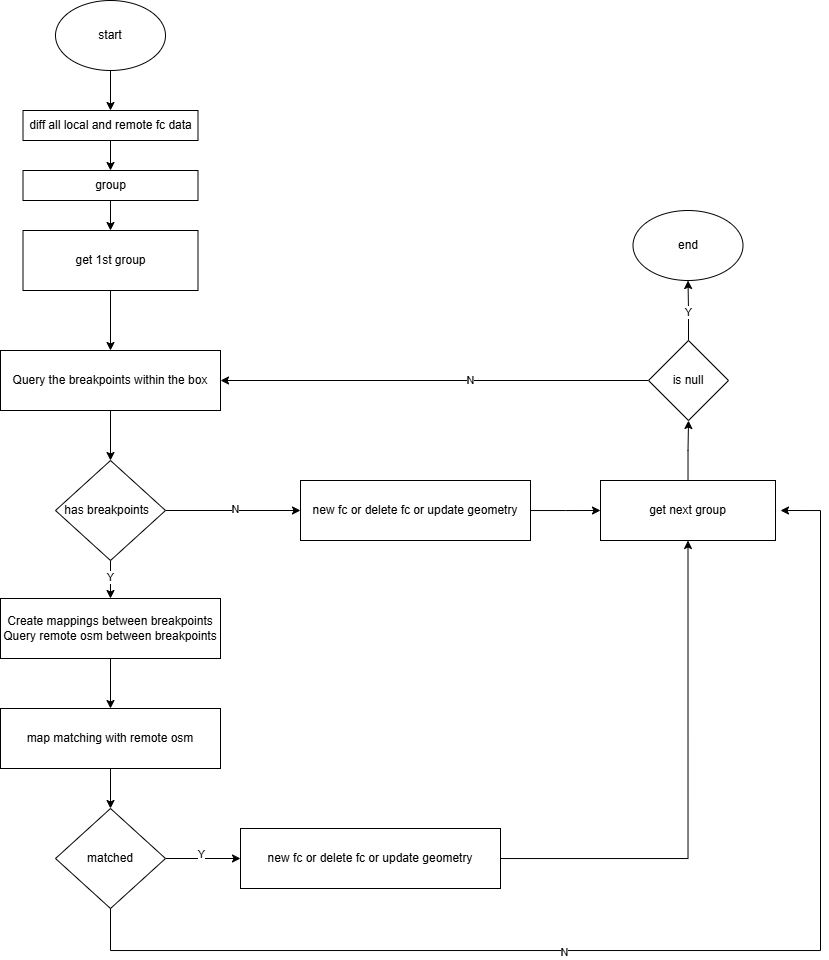
472542625/drawio keeps this draw.io diagram as expired fc.drawio.png. Above is the earlier version. Source tidied: cells renumbered, new cells last; positions are measured from the earlier drawing's top-left corner, leaving out a move shared by most shapes.
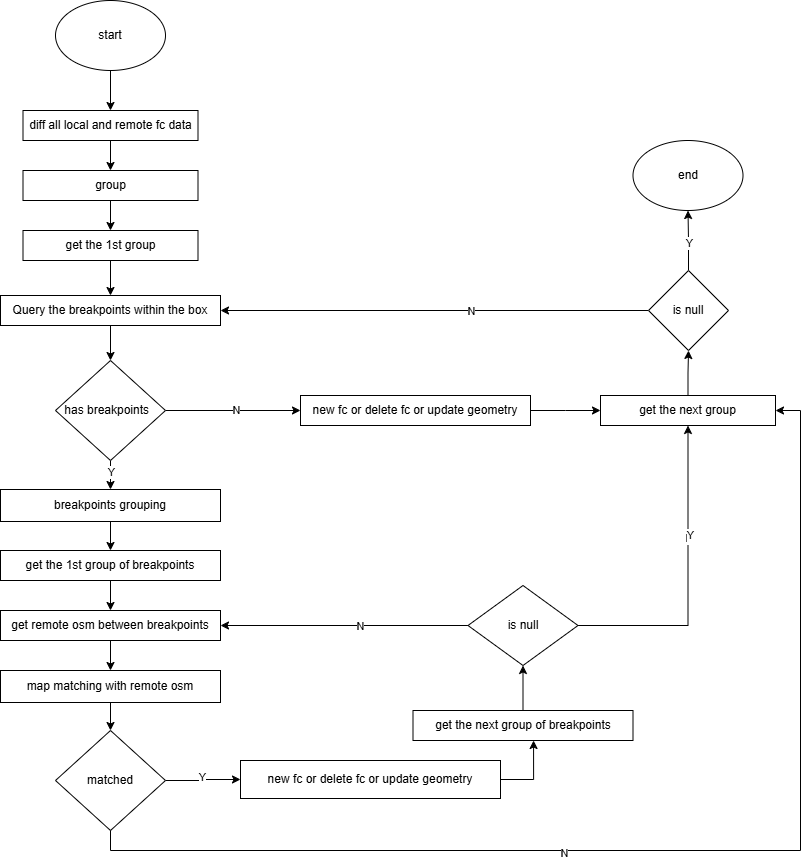
Later version of the same file.

The edit, as a diff of the source:
```diff
@@ -6,25 +6,25 @@
       <mxGeometry relative="1" as="geometry" />
     </mxCell>
     <mxCell id="3" value="diff all local and remote fc data" style="rounded=0;whiteSpace=wrap;html=1;" parent="1" vertex="1">
-      <mxGeometry x="22.5" y="110" width="175" height="30" as="geometry" />
+      <mxGeometry x="22.5" y="180" width="175" height="30" as="geometry" />
     </mxCell>
     <mxCell id="4" style="edgeStyle=orthogonalEdgeStyle;rounded=0;jettySize=auto;html=1;entryX=0.5;entryY=0;entryDx=0;entryDy=0;" parent="1" edge="1" source="5" target="3">
       <mxGeometry relative="1" as="geometry" />
     </mxCell>
     <mxCell id="5" value="start" style="ellipse;whiteSpace=wrap;html=1;" parent="1" vertex="1">
-      <mxGeometry x="55" width="110" height="70" as="geometry" />
+      <mxGeometry x="55" y="70" width="110" height="70" as="geometry" />
     </mxCell>
     <mxCell id="6" style="edgeStyle=orthogonalEdgeStyle;rounded=0;jettySize=auto;html=1;" parent="1" edge="1" source="7" target="9">
       <mxGeometry relative="1" as="geometry" />
     </mxCell>
-    <mxCell id="7" value="get 1st group" style="rounded=0;whiteSpace=wrap;html=1;" parent="1" vertex="1">
-      <mxGeometry x="22.5" y="230" width="175" height="60" as="geometry" />
+    <mxCell id="7" value="get the 1st group" style="rounded=0;whiteSpace=wrap;html=1;" parent="1" vertex="1">
+      <mxGeometry x="22.5" y="300" width="175" height="30" as="geometry" />
     </mxCell>
     <mxCell id="8" style="edgeStyle=orthogonalEdgeStyle;rounded=0;jettySize=auto;html=1;entryX=0.5;entryY=0;entryDx=0;entryDy=0;" parent="1" edge="1" source="9" target="14">
       <mxGeometry relative="1" as="geometry" />
     </mxCell>
     <mxCell id="9" value="Query the breakpoints within the box" style="rounded=0;whiteSpace=wrap;html=1;" parent="1" vertex="1">
-      <mxGeometry y="350" width="220" height="60" as="geometry" />
+      <mxGeometry y="365" width="220" height="30" as="geometry" />
     </mxCell>
     <mxCell id="10" style="edgeStyle=orthogonalEdgeStyle;rounded=0;jettySize=auto;html=1;entryX=0;entryY=0.5;entryDx=0;entryDy=0;" parent="1" edge="1" source="14" target="18">
       <mxGeometry relative="1" as="geometry" />
@@ -36,30 +36,32 @@
       <mxGeometry relative="1" as="geometry" />
     </mxCell>
     <mxCell id="13" value="Y" style="edgeLabel;html=1;align=center;verticalAlign=middle;" parent="12" vertex="1">
-      <mxGeometry x="-0.2" relative="1" as="geometry" />
+      <mxGeometry x="-0.2" relative="1" as="geometry">
+        <mxPoint y="-9" as="offset" />
+      </mxGeometry>
     </mxCell>
     <mxCell id="14" value="has breakpoints&amp;nbsp;&amp;nbsp;" style="rhombus;whiteSpace=wrap;html=1;" parent="1" vertex="1">
-      <mxGeometry x="55" y="460" width="110" height="100" as="geometry" />
+      <mxGeometry x="55" y="430" width="110" height="100" as="geometry" />
     </mxCell>
-    <mxCell id="15" style="edgeStyle=orthogonalEdgeStyle;rounded=0;jettySize=auto;html=1;entryX=0.5;entryY=0;entryDx=0;entryDy=0;" parent="1" edge="1" source="16" target="28">
-      <mxGeometry relative="1" as="geometry" />
-    </mxCell>
+    <mxCell id="38" style="edgeStyle=orthogonalEdgeStyle;rounded=0;jettySize=auto;html=1;entryX=0.5;entryY=0;entryDx=0;entryDy=0;" parent="1" edge="1" source="16" target="41">
+      <mxGeometry relative="1" as="geometry" />
+    </mxCell>
-    <mxCell id="16" value="Create mappings between breakpoints&lt;div&gt;Query remote osm between breakpoints&lt;/div&gt;" style="rounded=0;whiteSpace=wrap;html=1;" parent="1" vertex="1">
-      <mxGeometry y="598" width="220" height="60" as="geometry" />
+    <mxCell id="16" value="breakpoints grouping" style="rounded=0;whiteSpace=wrap;html=1;" parent="1" vertex="1">
+      <mxGeometry y="559" width="220" height="32" as="geometry" />
     </mxCell>
     <mxCell id="17" style="edgeStyle=orthogonalEdgeStyle;rounded=0;jettySize=auto;html=1;" parent="1" edge="1" source="18">
       <mxGeometry relative="1" as="geometry">
-        <mxPoint x="600" y="510" as="targetPoint" />
+        <mxPoint x="600" y="480" as="targetPoint" />
       </mxGeometry>
     </mxCell>
     <mxCell id="18" value="new fc or delete fc or update geometry" style="rounded=0;whiteSpace=wrap;html=1;" parent="1" vertex="1">
-      <mxGeometry x="300" y="480" width="230" height="60" as="geometry" />
+      <mxGeometry x="300" y="465" width="230" height="30" as="geometry" />
     </mxCell>
     <mxCell id="19" style="edgeStyle=orthogonalEdgeStyle;rounded=0;jettySize=auto;html=1;" parent="1" edge="1" source="20" target="25">
       <mxGeometry relative="1" as="geometry" />
     </mxCell>
-    <mxCell id="20" value="get next group" style="rounded=0;whiteSpace=wrap;html=1;" parent="1" vertex="1">
-      <mxGeometry x="600" y="480" width="175" height="60" as="geometry" />
+    <mxCell id="20" value="get the next group" style="rounded=0;whiteSpace=wrap;html=1;" parent="1" vertex="1">
+      <mxGeometry x="600" y="465" width="175" height="30" as="geometry" />
     </mxCell>
     <mxCell id="21" style="edgeStyle=orthogonalEdgeStyle;rounded=0;jettySize=auto;html=1;" parent="1" edge="1" source="25" target="9">
       <mxGeometry relative="1" as="geometry" />
@@ -79,11 +81,11 @@
     <mxCell id="26" value="end" style="ellipse;whiteSpace=wrap;html=1;" parent="1" vertex="1">
       <mxGeometry x="632.5" y="210" width="110" height="70" as="geometry" />
     </mxCell>
-    <mxCell id="27" style="edgeStyle=orthogonalEdgeStyle;rounded=0;jettySize=auto;html=1;entryX=0.5;entryY=0;entryDx=0;entryDy=0;" parent="1" edge="1" source="28" target="31">
+    <mxCell id="27" style="edgeStyle=orthogonalEdgeStyle;rounded=0;jettySize=auto;html=1;" parent="1" edge="1" source="28" target="31">
       <mxGeometry relative="1" as="geometry" />
     </mxCell>
     <mxCell id="28" value="map matching with remote osm" style="rounded=0;whiteSpace=wrap;html=1;" parent="1" vertex="1">
-      <mxGeometry y="708" width="220" height="60" as="geometry" />
+      <mxGeometry y="740" width="220" height="32" as="geometry" />
     </mxCell>
     <mxCell id="29" style="edgeStyle=orthogonalEdgeStyle;rounded=0;jettySize=auto;html=1;" parent="1" edge="1" source="31" target="33">
       <mxGeometry relative="1" as="geometry" />
@@ -92,21 +94,24 @@
       <mxGeometry x="-0.04" y="4" relative="1" as="geometry" />
     </mxCell>
     <mxCell id="31" value="matched" style="rhombus;whiteSpace=wrap;html=1;" parent="1" vertex="1">
-      <mxGeometry x="55" y="808" width="110" height="100" as="geometry" />
+      <mxGeometry x="55" y="800" width="110" height="100" as="geometry" />
     </mxCell>
-    <mxCell id="32" style="edgeStyle=orthogonalEdgeStyle;rounded=0;jettySize=auto;html=1;entryX=0.5;entryY=1;entryDx=0;entryDy=0;" parent="1" edge="1" source="33" target="20">
-      <mxGeometry relative="1" as="geometry" />
-    </mxCell>
+    <mxCell id="39" style="edgeStyle=orthogonalEdgeStyle;rounded=0;jettySize=auto;html=1;entryX=0.548;entryY=1;entryDx=0;entryDy=0;entryPerimeter=0;" parent="1" edge="1" source="33" target="45">
+      <mxGeometry relative="1" as="geometry">
+        <Array as="points">
+          <mxPoint x="533" y="849" />
+        </Array>
+      </mxGeometry>
+    </mxCell>
     <mxCell id="33" value="new fc or delete fc or update geometry" style="whiteSpace=wrap;html=1;" parent="1" vertex="1">
-      <mxGeometry x="240" y="828" width="260" height="60" as="geometry" />
+      <mxGeometry x="240" y="830" width="260" height="38" as="geometry" />
     </mxCell>
-    <mxCell id="34" style="edgeStyle=orthogonalEdgeStyle;rounded=0;jettySize=auto;html=1;" parent="1" edge="1" source="31">
+    <mxCell id="34" style="edgeStyle=orthogonalEdgeStyle;rounded=0;jettySize=auto;html=1;entryX=1;entryY=0.5;entryDx=0;entryDy=0;" parent="1" edge="1" source="31" target="20">
       <mxGeometry relative="1" as="geometry">
-        <mxPoint x="780" y="510" as="targetPoint" />
         <Array as="points">
-          <mxPoint x="110" y="950" />
-          <mxPoint x="820" y="950" />
-          <mxPoint x="820" y="510" />
+          <mxPoint x="110" y="920" />
+          <mxPoint x="800" y="920" />
+          <mxPoint x="800" y="480" />
         </Array>
       </mxGeometry>
     </mxCell>
@@ -117,7 +122,49 @@
       <mxGeometry relative="1" as="geometry" />
     </mxCell>
     <mxCell id="37" value="group" style="rounded=0;whiteSpace=wrap;html=1;" parent="1" vertex="1">
-      <mxGeometry x="22.5" y="170" width="175" height="30" as="geometry" />
+      <mxGeometry x="22.5" y="240" width="175" height="30" as="geometry" />
     </mxCell>
+    <mxCell id="40" style="edgeStyle=orthogonalEdgeStyle;rounded=0;jettySize=auto;html=1;" parent="1" edge="1" source="41" target="43">
+      <mxGeometry relative="1" as="geometry" />
+    </mxCell>
+    <mxCell id="41" value="&lt;div&gt;get the 1st group of breakpoints&lt;/div&gt;" style="rounded=0;whiteSpace=wrap;html=1;" parent="1" vertex="1">
+      <mxGeometry y="620" width="220" height="30" as="geometry" />
+    </mxCell>
+    <mxCell id="42" style="edgeStyle=orthogonalEdgeStyle;rounded=0;jettySize=auto;html=1;" parent="1" edge="1" source="43" target="28">
+      <mxGeometry relative="1" as="geometry" />
+    </mxCell>
+    <mxCell id="43" value="&lt;div&gt;get remote osm between breakpoints&lt;/div&gt;" style="rounded=0;whiteSpace=wrap;html=1;" parent="1" vertex="1">
+      <mxGeometry y="680" width="220" height="30" as="geometry" />
+    </mxCell>
+    <mxCell id="44" style="edgeStyle=orthogonalEdgeStyle;rounded=0;jettySize=auto;html=1;entryX=0.5;entryY=1;entryDx=0;entryDy=0;" parent="1" edge="1" source="45" target="51">
+      <mxGeometry relative="1" as="geometry" />
+    </mxCell>
+    <mxCell id="45" value="&lt;div&gt;get the next group of breakpoints&lt;/div&gt;" style="rounded=0;whiteSpace=wrap;html=1;" parent="1" vertex="1">
+      <mxGeometry x="412.5" y="780" width="220" height="30" as="geometry" />
+    </mxCell>
+    <mxCell id="46" style="edgeStyle=orthogonalEdgeStyle;rounded=0;jettySize=auto;html=1;entryX=0.5;entryY=1;entryDx=0;entryDy=0;" parent="1" edge="1" source="51" target="20">
+      <mxGeometry relative="1" as="geometry" />
+    </mxCell>
+    <mxCell id="47" value="N" style="edgeLabel;html=1;align=center;verticalAlign=middle;" parent="46" vertex="1">
+      <mxGeometry x="0.28" relative="1" as="geometry">
+        <mxPoint x="1" as="offset" />
+      </mxGeometry>
+    </mxCell>
+    <mxCell id="48" value="Y" style="edgeLabel;html=1;align=center;verticalAlign=middle;" parent="46" vertex="1">
+      <mxGeometry x="0.3" y="-1" relative="1" as="geometry">
+        <mxPoint x="1" as="offset" />
+      </mxGeometry>
+    </mxCell>
+    <mxCell id="49" style="edgeStyle=orthogonalEdgeStyle;rounded=0;jettySize=auto;html=1;entryX=1;entryY=0.5;entryDx=0;entryDy=0;" parent="1" edge="1" source="51" target="43">
+      <mxGeometry relative="1" as="geometry" />
+    </mxCell>
+    <mxCell id="50" value="N" style="edgeLabel;html=1;align=center;verticalAlign=middle;" parent="49" vertex="1">
+      <mxGeometry x="-0.12" relative="1" as="geometry">
+        <mxPoint x="1" as="offset" />
+      </mxGeometry>
+    </mxCell>
+    <mxCell id="51" value="is null" style="rhombus;whiteSpace=wrap;html=1;" parent="1" vertex="1">
+      <mxGeometry x="467.5" y="655" width="110" height="80" as="geometry" />
+    </mxCell>
   </root>
 </mxGraphModel>
```
